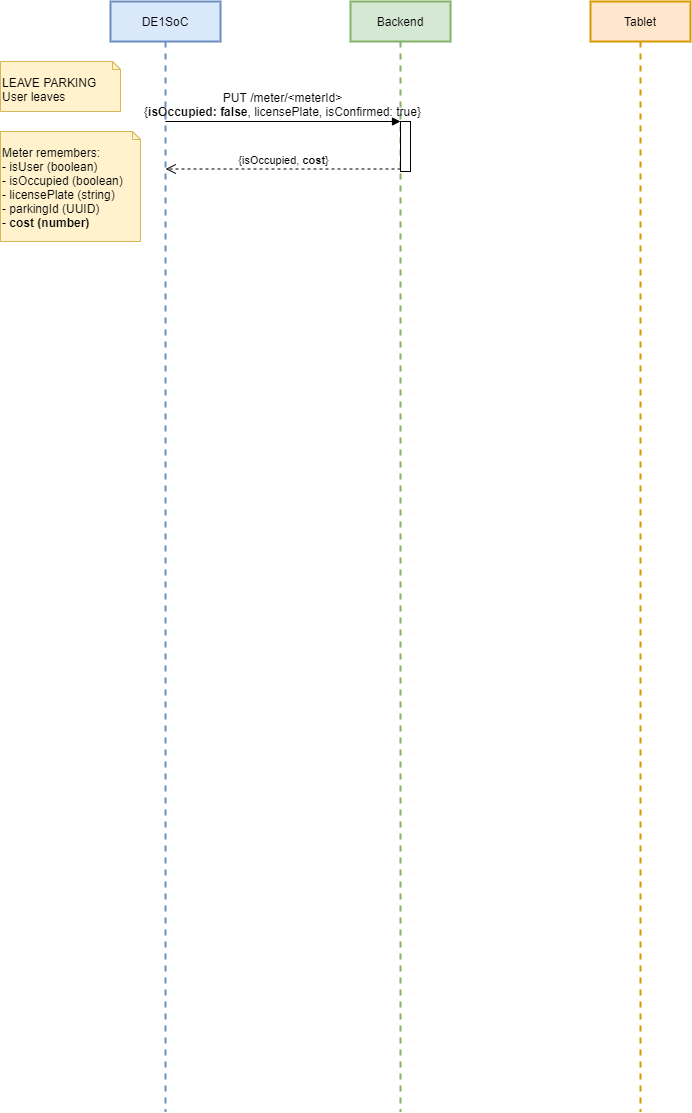
Above: static/leaving_edit.drawio.png in rmcreyes/cpen391-backend (draw.io), before the change. Source tidied: cells renumbered, new cells last; positions are measured from the earlier drawing's top-left corner, leaving out a move shared by most shapes.
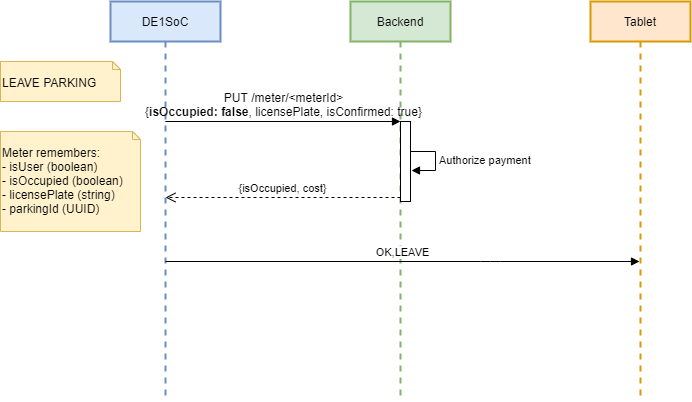
Later version of the same file.

The edit, as a diff of the source:
```diff
@@ -3,30 +3,47 @@
     <mxCell id="0" />
     <mxCell id="1" parent="0" />
     <mxCell id="2" value="Tablet" style="shape=umlLifeline;perimeter=lifelinePerimeter;whiteSpace=wrap;html=1;outlineConnect=0;fillColor=#ffe6cc;strokeColor=#d79b00;strokeWidth=2;" parent="1" vertex="1">
-      <mxGeometry x="590" width="100" height="1110" as="geometry" />
+      <mxGeometry x="590" width="100" height="400" as="geometry" />
     </mxCell>
     <mxCell id="3" value="DE1SoC" style="shape=umlLifeline;perimeter=lifelinePerimeter;whiteSpace=wrap;html=1;outlineConnect=0;fillColor=#dae8fc;strokeColor=#6c8ebf;strokeWidth=2;" parent="1" vertex="1">
-      <mxGeometry x="110" width="110" height="1110" as="geometry" />
+      <mxGeometry x="110" width="110" height="400" as="geometry" />
     </mxCell>
     <mxCell id="4" value="Backend" style="shape=umlLifeline;perimeter=lifelinePerimeter;whiteSpace=wrap;html=1;fillColor=#d5e8d4;strokeColor=#82b366;strokeWidth=2;" parent="1" vertex="1">
-      <mxGeometry x="350" width="100" height="1110" as="geometry" />
+      <mxGeometry x="350" width="100" height="400" as="geometry" />
     </mxCell>
-    <mxCell id="5" value="LEAVE PARKING&lt;br&gt;User leaves" style="shape=note2;boundedLbl=1;whiteSpace=wrap;html=1;size=8;verticalAlign=top;align=left;fillColor=#fff2cc;strokeColor=#d6b656;" parent="1" vertex="1">
-      <mxGeometry y="60" width="120" height="50" as="geometry" />
+    <mxCell id="5" value="LEAVE PARKING" style="shape=note2;boundedLbl=1;whiteSpace=wrap;html=1;size=8;verticalAlign=top;align=left;fillColor=#fff2cc;strokeColor=#d6b656;" parent="1" vertex="1">
+      <mxGeometry y="60" width="120" height="40" as="geometry" />
     </mxCell>
     <mxCell id="6" value="&lt;span style=&quot;font-size: 12px&quot;&gt;PUT /meter/&amp;lt;meterId&amp;gt;&lt;br&gt;{&lt;b&gt;isOccupied: false&lt;/b&gt;, licensePlate, isConfirmed: true}&lt;/span&gt;" style="html=1;verticalAlign=bottom;endArrow=block;entryX=0;entryY=0;labelBackgroundColor=none;" parent="1" edge="1" target="8">
       <mxGeometry relative="1" as="geometry">
         <mxPoint x="164.8" y="120" as="sourcePoint" />
       </mxGeometry>
     </mxCell>
-    <mxCell id="7" value="{isOccupied, &lt;b&gt;cost&lt;/b&gt;}" style="html=1;verticalAlign=bottom;endArrow=open;dashed=1;endSize=8;exitX=0;exitY=0.95;labelBackgroundColor=none;" parent="1" edge="1" source="8" target="3">
+    <mxCell id="7" value="{isOccupied, cost}" style="html=1;verticalAlign=bottom;endArrow=open;dashed=1;endSize=8;exitX=0;exitY=0.95;labelBackgroundColor=none;" parent="1" edge="1" source="8" target="3">
       <mxGeometry relative="1" as="geometry" />
     </mxCell>
     <mxCell id="8" style="html=1;points=[];perimeter=orthogonalPerimeter;" parent="1" vertex="1">
-      <mxGeometry x="400" y="120" width="10" height="50" as="geometry" />
+      <mxGeometry x="400" y="120" width="10" height="80" as="geometry" />
     </mxCell>
-    <mxCell id="9" value="&lt;blockquote style=&quot;margin: 0 0 0 40px ; border: none ; padding: 0px&quot;&gt;&lt;/blockquote&gt;Meter remembers:&lt;br&gt;- isUser (boolean)&lt;br&gt;- isOccupied (boolean)&lt;br&gt;- licensePlate (string)&lt;br&gt;- parkingId (UUID)&lt;br&gt;- &lt;b&gt;cost (number)&lt;/b&gt;" style="shape=note2;boundedLbl=1;whiteSpace=wrap;html=1;size=8;verticalAlign=top;align=left;fillColor=#fff2cc;strokeColor=#d6b656;" parent="1" vertex="1">
-      <mxGeometry y="130" width="140" height="110" as="geometry" />
+    <mxCell id="9" value="&lt;blockquote style=&quot;margin: 0 0 0 40px ; border: none ; padding: 0px&quot;&gt;&lt;/blockquote&gt;Meter remembers:&lt;br&gt;- isUser (boolean)&lt;br&gt;- isOccupied (boolean)&lt;br&gt;- licensePlate (string)&lt;br&gt;- parkingId (UUID)" style="shape=note2;boundedLbl=1;whiteSpace=wrap;html=1;size=8;verticalAlign=top;align=left;fillColor=#fff2cc;strokeColor=#d6b656;" parent="1" vertex="1">
+      <mxGeometry y="130" width="140" height="100" as="geometry" />
     </mxCell>
+    <mxCell id="10" value="Authorize payment" style="edgeStyle=orthogonalEdgeStyle;html=1;align=left;spacingLeft=2;endArrow=block;rounded=0;" parent="1" edge="1">
+      <mxGeometry relative="1" as="geometry">
+        <mxPoint x="410" y="150" as="sourcePoint" />
+        <mxPoint x="411" y="169" as="targetPoint" />
+        <Array as="points">
+          <mxPoint x="435" y="150" />
+          <mxPoint x="435" y="169" />
+        </Array>
+      </mxGeometry>
+    </mxCell>
+    <mxCell id="11" value="OK,LEAVE" style="html=1;verticalAlign=bottom;endArrow=block;" parent="1" edge="1" source="3" target="2">
+      <mxGeometry relative="1" as="geometry">
+        <Array as="points">
+          <mxPoint x="490" y="260" />
+        </Array>
+      </mxGeometry>
+    </mxCell>
   </root>
 </mxGraphModel>
```
